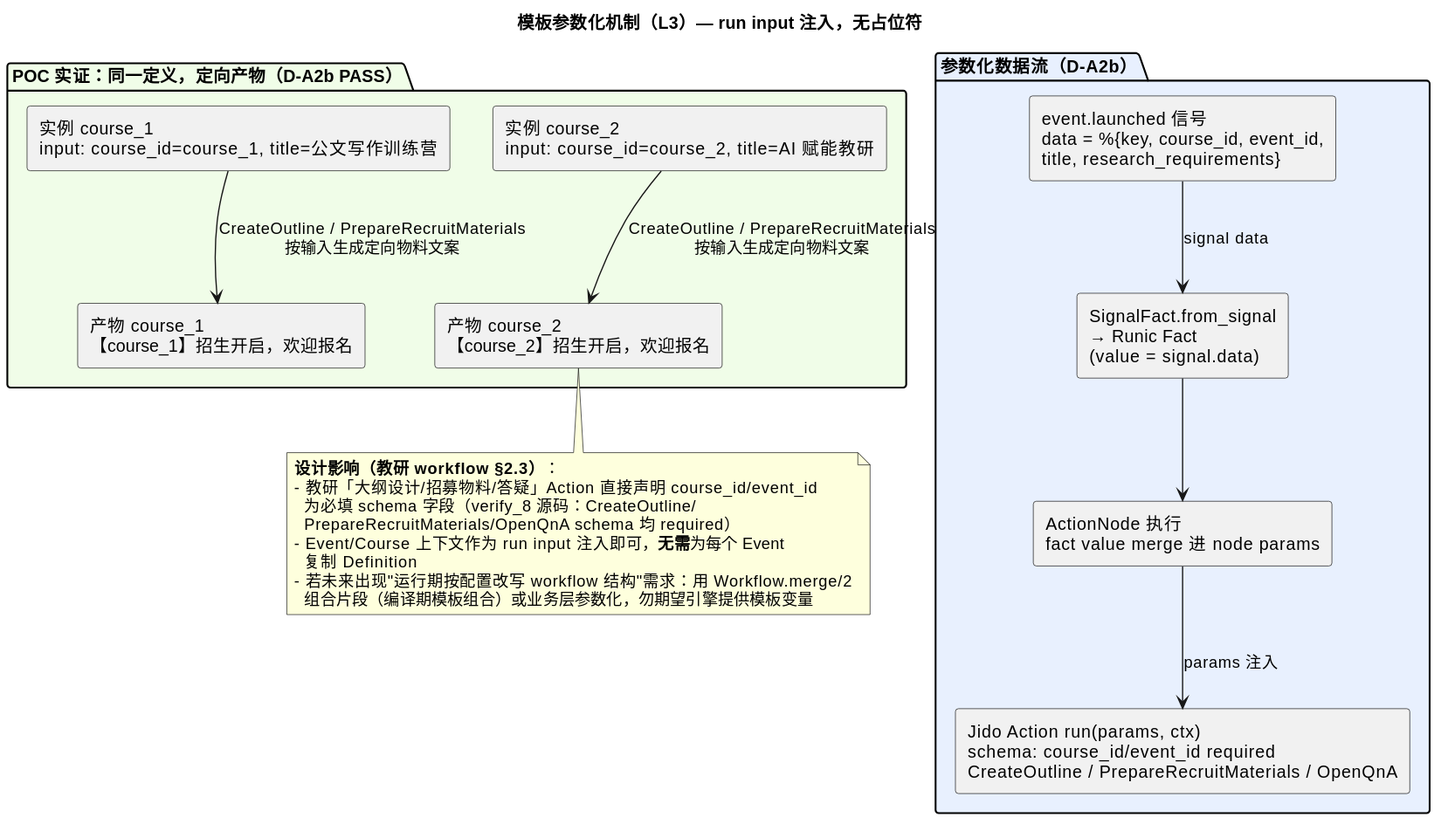
Before: docs/diagrams/template-parameterization.svg, a diagram exported from PlantUML (CodingGirlsClub/cgc_2046). The source it was exported from:
```plantuml
@startuml
title 模板参数化机制（L3）— run input 注入，无占位符
skinparam backgroundColor white

package "参数化数据流（D-A2b）" #E8F0FE {
    rectangle "event.launched 信号\ndata = %{key, course_id, event_id,\ntitle, research_requirements}" as INPUT
    rectangle "SignalFact.from_signal\n→ Runic Fact\n(value = signal.data)" as FACT
    rectangle "ActionNode 执行\nfact value merge 进 node params" as MERGE
    rectangle "Jido Action run(params, ctx)\nschema: course_id/event_id required\nCreateOutline / PrepareRecruitMaterials / OpenQnA" as ACTION
    INPUT -down-> FACT : signal data
    FACT -down-> MERGE
    MERGE -down-> ACTION : params 注入
}

package "POC 实证：同一定义，定向产物（D-A2b PASS）" #F0FDE8 {
    rectangle "实例 course_1\ninput: course_id=course_1, title=公文写作训练营" as C1
    rectangle "实例 course_2\ninput: course_id=course_2, title=AI 赋能教研" as C2
    rectangle "产物 course_1\n【course_1】招生开启，欢迎报名" as O1
    rectangle "产物 course_2\n【course_2】招生开启，欢迎报名" as O2
    C1 -down-> O1 : CreateOutline / PrepareRecruitMaterials\n按输入生成定向物料文案
    C2 -down-> O2 : CreateOutline / PrepareRecruitMaterials\n按输入生成定向物料文案
}

note bottom
  **设计影响（教研 workflow §2.3）**：
  - 教研「大纲设计/招募物料/答疑」Action 直接声明 course_id/event_id
    为必填 schema 字段（verify_8 源码：CreateOutline/
    PrepareRecruitMaterials/OpenQnA schema 均 required）
  - Event/Course 上下文作为 run input 注入即可，**无需**为每个 Event
    复制 Definition
  - 若未来出现"运行期按配置改写 workflow 结构"需求：用 Workflow.merge/2
    组合片段（编译期模板组合）或业务层参数化，勿期望引擎提供模板变量
end note
@enduml
```
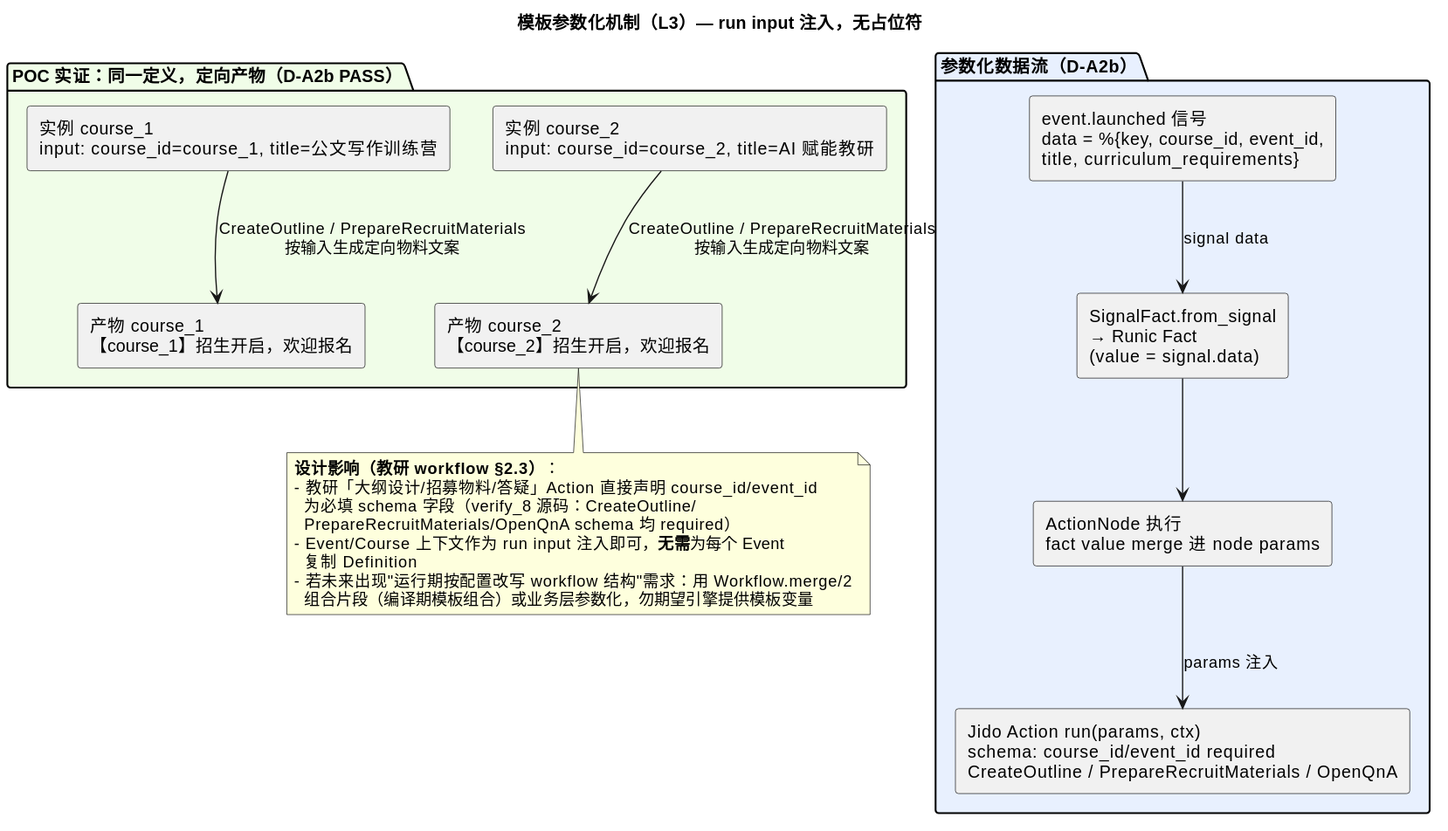
After the change.

The edit, as a diff of the source:
```diff
@@ -3,7 +3,7 @@
 skinparam backgroundColor white
 
 package "参数化数据流（D-A2b）" #E8F0FE {
-    rectangle "event.launched 信号\ndata = %{key, course_id, event_id,\ntitle, research_requirements}" as INPUT
+    rectangle "event.launched 信号\ndata = %{key, course_id, event_id,\ntitle, curriculum_requirements}" as INPUT
     rectangle "SignalFact.from_signal\n→ Runic Fact\n(value = signal.data)" as FACT
     rectangle "ActionNode 执行\nfact value merge 进 node params" as MERGE
     rectangle "Jido Action run(params, ctx)\nschema: course_id/event_id required\nCreateOutline / PrepareRecruitMaterials / OpenQnA" as ACTION
```
